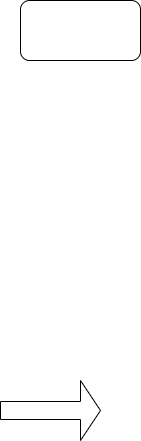
This is site/pages/images/draw1.drawio.png from pirahansiah/pirahansiah.github.io, a draw.io export, as it was before one commit. Source tidied: cells renumbered, new cells last; positions are measured from the earlier drawing's top-left corner, leaving out a move shared by most shapes. Its diagram source:
```xml
<mxGraphModel>
  <root>
    <mxCell id="0" />
    <mxCell id="1" parent="0" />
    <mxCell id="2" style="rounded=1;whiteSpace=wrap;html=1;" parent="1" vertex="1">
      <mxGeometry x="20" width="120" height="60" as="geometry" />
    </mxCell>
    <mxCell id="3" style="shape=singleArrow;whiteSpace=wrap;html=1;" parent="1" vertex="1">
      <mxGeometry y="380" width="100" height="60" as="geometry" />
    </mxCell>
  </root>
</mxGraphModel>
```
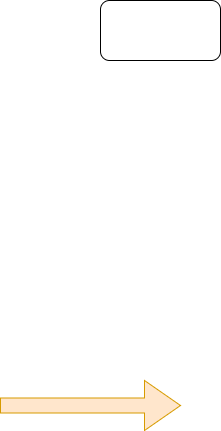
Later version of the same file.

The edit, as a diff of the source:
```diff
@@ -5,8 +5,8 @@
     <mxCell id="2" style="rounded=1;whiteSpace=wrap;html=1;" parent="1" vertex="1">
       <mxGeometry x="20" width="120" height="60" as="geometry" />
     </mxCell>
-    <mxCell id="3" style="shape=singleArrow;whiteSpace=wrap;html=1;" parent="1" vertex="1">
-      <mxGeometry y="380" width="100" height="60" as="geometry" />
+    <mxCell id="3" style="shape=singleArrow;whiteSpace=wrap;html=1;fillColor=#ffe6cc;strokeColor=#d79b00;" parent="1" vertex="1">
+      <mxGeometry x="-80" y="380" width="180" height="50" as="geometry" />
     </mxCell>
   </root>
 </mxGraphModel>
```
